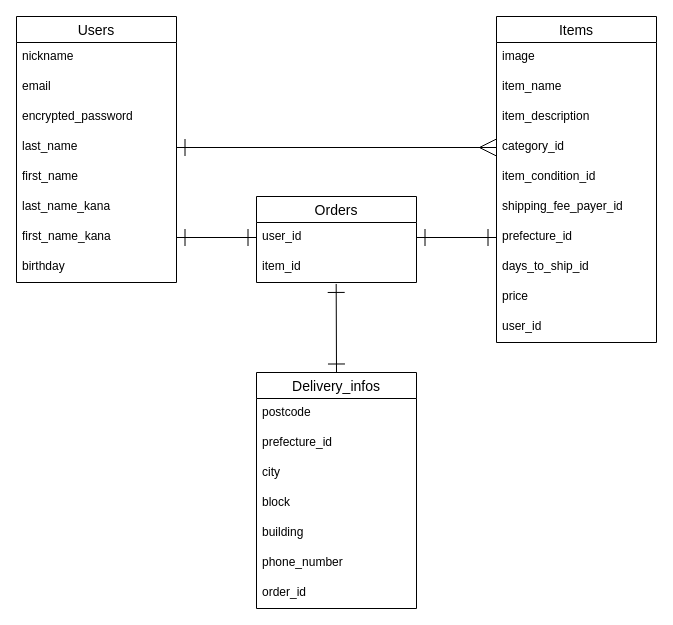
kazzz8/furima-24747 keeps this draw.io diagram as furima.dio. Above is the earlier version. Source tidied: cells renumbered, new cells numbered last; positions are measured from the earlier drawing's top-left corner, leaving out a move shared by most shapes. Both pictures are drawn from the tidied source at 100%, with x=0, y=0 at pixel (16, 16).
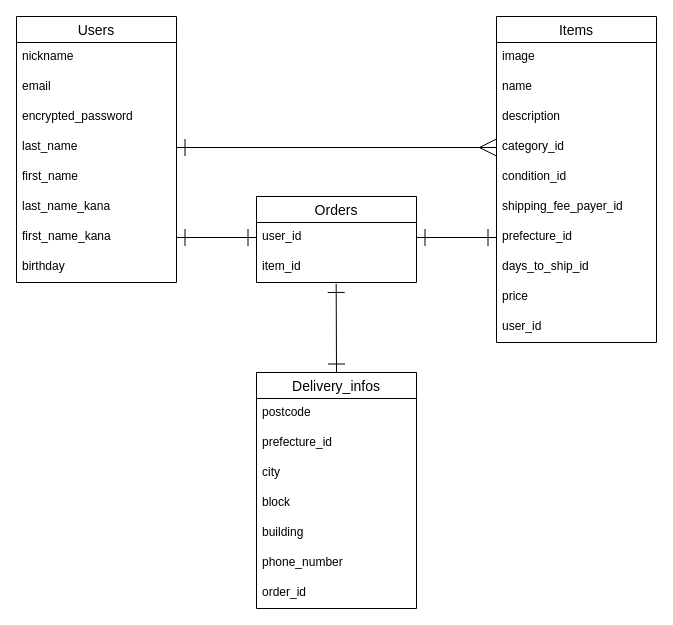
Above is the later version.

The change refers to these unchanged cells:
```xml
<mxCell id="11" value="Items" style="swimlane;fontStyle=0;horizontal=1;startSize=26;align=center;fontSize=14;" parent="1" vertex="1">
  <mxGeometry x="480" width="160" height="326" as="geometry" />
</mxCell>
```

The edit, as a diff of the source:
```diff
@@
-    <mxCell id="13" value="item_name" style="text;strokeColor=none;fillColor=none;spacingLeft=4;spacingRight=4;overflow=hidden;fontSize=12;" parent="11" vertex="1">
+    <mxCell id="13" value="name" style="text;strokeColor=none;fillColor=none;spacingLeft=4;spacingRight=4;overflow=hidden;fontSize=12;" parent="11" vertex="1">
       <mxGeometry y="56" width="160" height="30" as="geometry" />
     </mxCell>
-    <mxCell id="14" value="item_description" style="text;strokeColor=none;fillColor=none;spacingLeft=4;spacingRight=4;overflow=hidden;fontSize=12;" parent="11" vertex="1">
+    <mxCell id="14" value="description" style="text;strokeColor=none;fillColor=none;spacingLeft=4;spacingRight=4;overflow=hidden;fontSize=12;" parent="11" vertex="1">
       <mxGeometry y="86" width="160" height="30" as="geometry" />
     </mxCell>
@@
-    <mxCell id="16" value="item_condition_id" style="text;strokeColor=none;fillColor=none;spacingLeft=4;spacingRight=4;overflow=hidden;fontSize=12;" parent="11" vertex="1">
+    <mxCell id="16" value="condition_id" style="text;strokeColor=none;fillColor=none;spacingLeft=4;spacingRight=4;overflow=hidden;fontSize=12;" parent="11" vertex="1">
       <mxGeometry y="146" width="160" height="30" as="geometry" />
     </mxCell>
```
